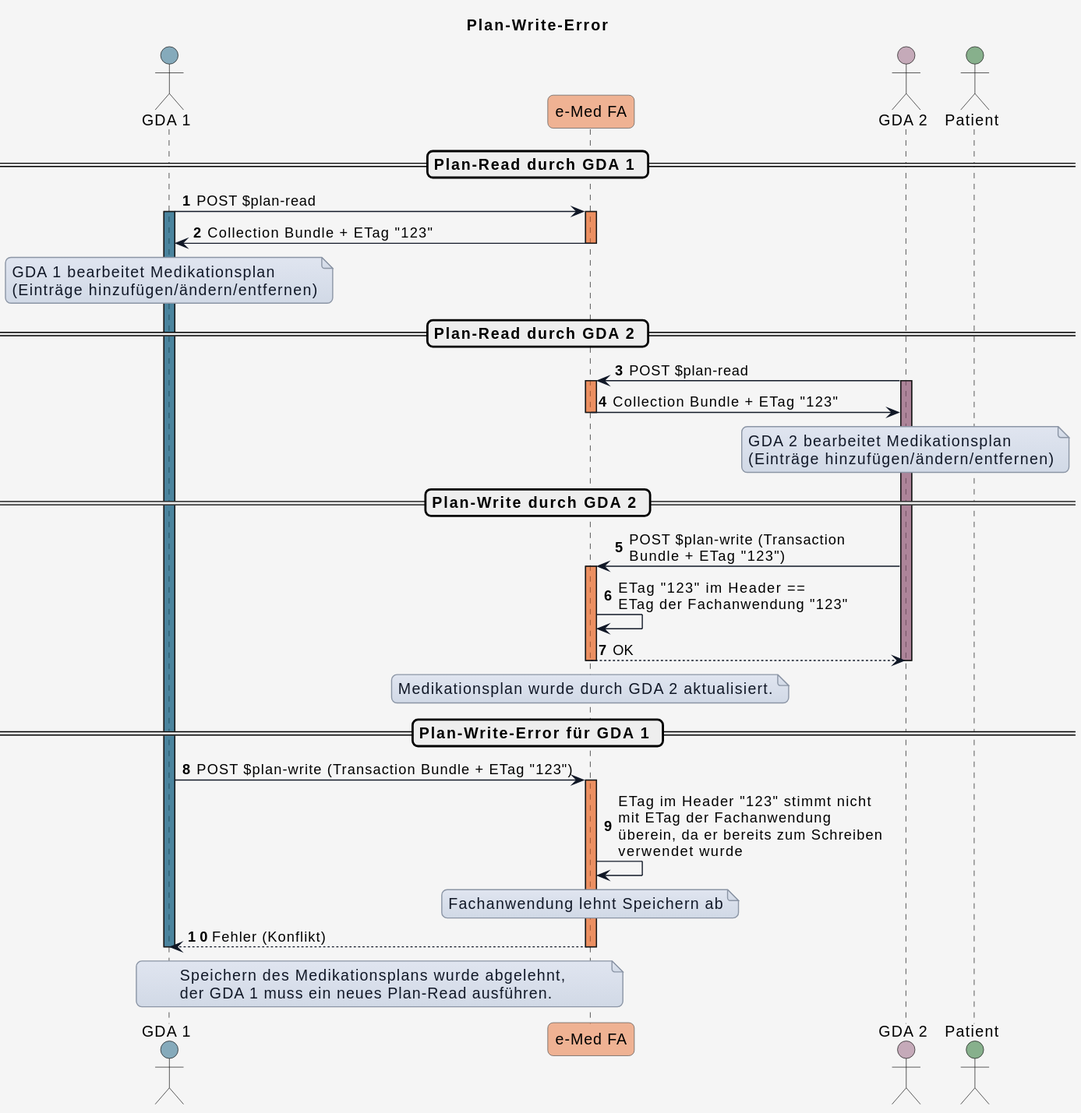
This is r4-ELGA-e-Medikation-main/plantuml/interaction_planwrite_error.svg from HL7Austria/hl7austria.github.io, a PlantUML export, as it was before one commit.
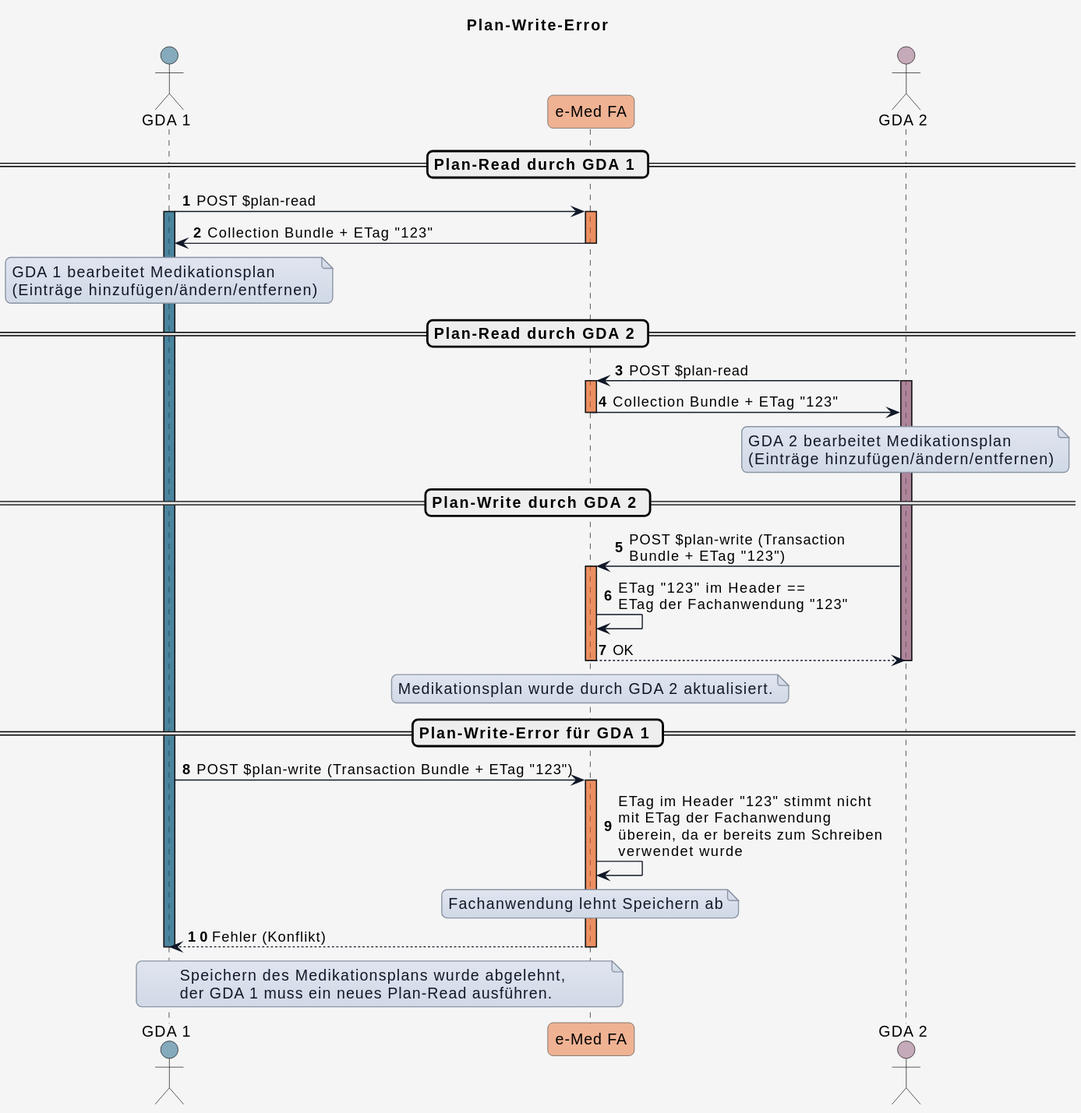
Above is the later version.

The edit, as a diff of the source:
```diff
@@ -52,7 +52,6 @@
 actor GDA_1 as "GDA 1" COLOR_GDA_1
 participant eMed_FA as "e-Med FA" COLOR_EMED_FA
 actor GDA_2 as "GDA 2" COLOR_GDA_2
-actor Patient as "Patient" COLOR_PATIENT
 
 autonumber
 
```
